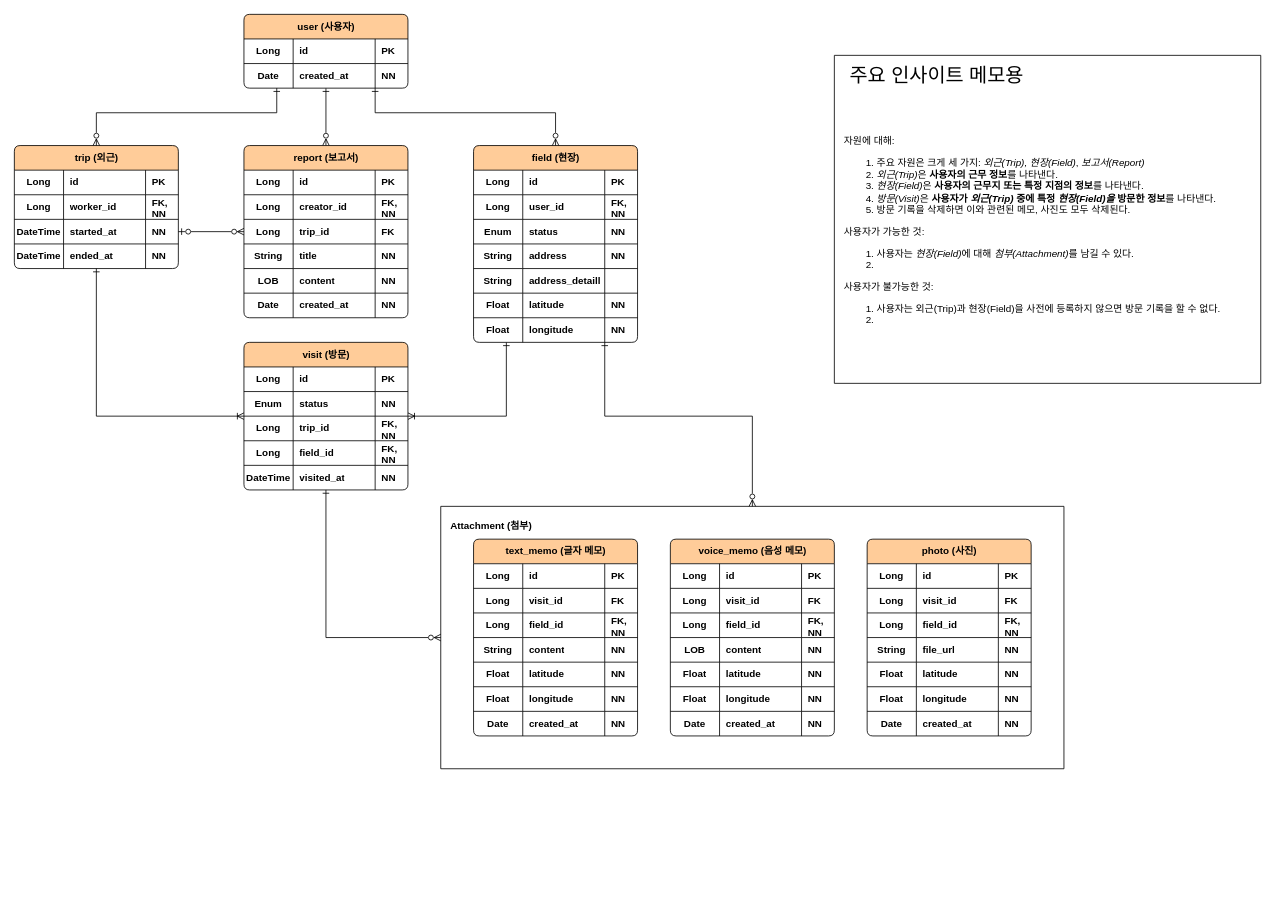
Above: page "ER" (1 of 3) of docs/mfjs.drawio.xml in my-friend-jiseong/mfz_frontend (draw.io), before the change. Source tidied: cells renumbered, new cells numbered last; positions are measured from the earlier drawing's top-left corner, leaving out a move shared by most shapes. Both pictures are drawn from the tidied source at 82%, with x=0, y=0 at pixel (14, 14).
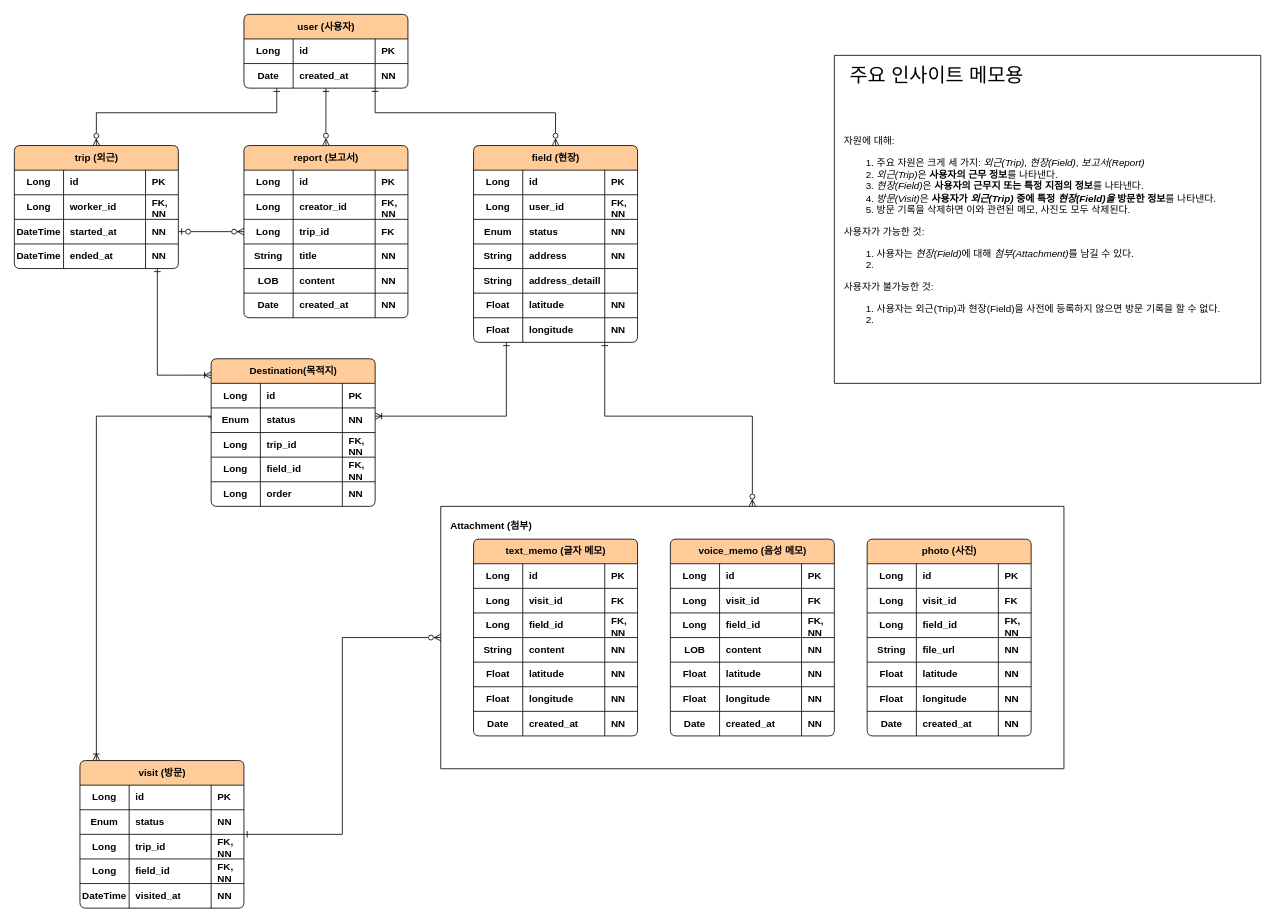
After the change.

Unchanged cells that the change refers to:
```xml
<mxCell id="37" value="trip (외근)" style="shape=table;startSize=30;childLayout=tableLayout;rowLines=1;fontStyle=1;align=center;html=1;rounded=1;strokeColor=default;strokeWidth=1;verticalAlign=middle;arcSize=14;absoluteArcSize=1;fontFamily=Helvetica;fontSize=12;fontColor=default;fillColor=light-dark(#ffcc99, #663300);horizontal=1;swimlaneFillColor=default;" parent="1" vertex="1">
  <mxGeometry y="160" width="200" height="150" as="geometry" />
</mxCell>
<mxCell id="50" style="shape=tableRow;horizontal=0;startSize=0;swimlaneHead=0;swimlaneBody=0;fillColor=none;points=[[0,0.5],[1,0.5]];portConstraint=eastwest;top=0;left=0;right=0;bottom=0;rounded=1;strokeColor=default;strokeWidth=1;align=center;verticalAlign=middle;arcSize=14;absoluteArcSize=1;fontFamily=Helvetica;fontSize=12;fontColor=default;fontStyle=1;" parent="37" vertex="1">
  <mxGeometry y="120" width="200" height="30" as="geometry" />
</mxCell>
<mxCell id="56" value="field (현장)" style="shape=table;startSize=30;childLayout=tableLayout;rowLines=1;fontStyle=1;align=center;html=1;rounded=1;strokeColor=default;strokeWidth=1;verticalAlign=middle;arcSize=14;absoluteArcSize=1;fontFamily=Helvetica;fontSize=12;fontColor=default;fillColor=light-dark(#ffcc99, #663300);horizontal=1;swimlaneFillColor=default;" parent="1" vertex="1">
  <mxGeometry x="560" y="160" width="200" height="240" as="geometry" />
</mxCell>
```

What changed in the source:
```diff
@@
-    <mxCell id="55" style="edgeStyle=orthogonalEdgeStyle;rounded=0;jettySize=auto;html=1;fontFamily=Helvetica;fontSize=12;fontColor=default;fontStyle=1;endArrow=ERoneToMany;endFill=0;startArrow=ERone;startFill=0;" parent="1" edge="1" source="56" target="86">
+    <mxCell id="55" style="edgeStyle=orthogonalEdgeStyle;rounded=0;jettySize=auto;html=1;fontFamily=Helvetica;fontSize=12;fontColor=default;fontStyle=1;endArrow=ERoneToMany;endFill=0;startArrow=ERone;startFill=0;" parent="1" edge="1" source="56" target="202">
       <mxGeometry relative="1" as="geometry">
         <Array as="points">
           <mxPoint x="600" y="490" />
         </Array>
       </mxGeometry>
     </mxCell>
@@
-    <mxCell id="85" style="edgeStyle=orthogonalEdgeStyle;rounded=0;jettySize=auto;html=1;fontFamily=Helvetica;fontSize=12;fontColor=default;fontStyle=1;endArrow=ERone;endFill=0;startArrow=ERoneToMany;startFill=0;" parent="1" edge="1" source="86" target="37">
+    <mxCell id="85" style="edgeStyle=orthogonalEdgeStyle;rounded=0;jettySize=auto;html=1;fontFamily=Helvetica;fontSize=12;fontColor=default;fontStyle=1;endArrow=ERone;endFill=0;startArrow=ERoneToMany;startFill=0;entryX=0;entryY=0.5;entryDx=0;entryDy=0;" parent="1" edge="1" source="86" target="207">
       <mxGeometry relative="1" as="geometry">
         <Array as="points">
           <mxPoint x="100" y="490" />
+          <mxPoint x="240" y="490" />
         </Array>
       </mxGeometry>
     </mxCell>
     <mxCell id="86" value="visit (방문)" style="shape=table;startSize=30;childLayout=tableLayout;rowLines=1;fontStyle=1;align=center;html=1;rounded=1;strokeColor=default;strokeWidth=1;verticalAlign=middle;arcSize=14;absoluteArcSize=1;fontFamily=Helvetica;fontSize=12;fontColor=default;fillColor=light-dark(#ffcc99, #663300);horizontal=1;swimlaneFillColor=default;" parent="1" vertex="1">
-      <mxGeometry x="280" y="400" width="200" height="180" as="geometry" />
+      <mxGeometry x="80" y="910" width="200" height="180" as="geometry" />
     </mxCell>
@@
+    <mxCell id="202" value="Destination(목적지)" style="shape=table;startSize=30;childLayout=tableLayout;rowLines=1;fontStyle=1;align=center;html=1;rounded=1;strokeColor=default;strokeWidth=1;verticalAlign=middle;arcSize=14;absoluteArcSize=1;fontFamily=Helvetica;fontSize=12;fontColor=default;fillColor=light-dark(#ffcc99, #663300);horizontal=1;swimlaneFillColor=default;" parent="1" vertex="1">
+      <mxGeometry x="240" y="420" width="200" height="180" as="geometry" />
+    </mxCell>
+    <mxCell id="203" style="shape=tableRow;horizontal=0;startSize=0;swimlaneHead=0;swimlaneBody=0;fillColor=none;top=0;left=0;right=0;bottom=0;rounded=1;strokeColor=default;strokeWidth=1;align=center;verticalAlign=middle;arcSize=14;absoluteArcSize=1;fontFamily=Helvetica;fontSize=12;fontColor=default;fontStyle=1;" parent="202" vertex="1">
+      <mxGeometry y="30" width="200" height="30" as="geometry" />
+    </mxCell>
+    <mxCell id="204" value="Long" style="shape=partialRectangle;fillColor=none;top=0;left=0;bottom=0;right=0;overflow=hidden;whiteSpace=wrap;html=1;rounded=1;strokeColor=default;strokeWidth=1;align=center;verticalAlign=middle;arcSize=14;absoluteArcSize=1;fontFamily=Helvetica;fontSize=12;fontColor=default;fontStyle=1;" parent="203" vertex="1">
+      <mxGeometry width="60" height="30" as="geometry" />
+    </mxCell>
+    <mxCell id="205" value="id" style="shape=partialRectangle;fillColor=none;top=0;left=0;bottom=0;right=0;align=left;spacingLeft=6;overflow=hidden;whiteSpace=wrap;html=1;rounded=1;strokeColor=default;strokeWidth=1;verticalAlign=middle;arcSize=14;absoluteArcSize=1;fontFamily=Helvetica;fontSize=12;fontColor=default;fontStyle=1;" parent="203" vertex="1">
+      <mxGeometry x="60" width="100" height="30" as="geometry" />
+    </mxCell>
+    <mxCell id="206" value="PK" style="shape=partialRectangle;fillColor=none;top=0;left=0;bottom=0;right=0;align=left;spacingLeft=6;overflow=hidden;whiteSpace=wrap;html=1;rounded=1;strokeColor=default;strokeWidth=1;verticalAlign=middle;arcSize=14;absoluteArcSize=1;fontFamily=Helvetica;fontSize=12;fontColor=default;fontStyle=1;" parent="203" vertex="1">
+      <mxGeometry x="160" width="40" height="30" as="geometry" />
+    </mxCell>
+    <mxCell id="207" style="shape=tableRow;horizontal=0;startSize=0;swimlaneHead=0;swimlaneBody=0;fillColor=none;points=[[0,0.5],[1,0.5]];portConstraint=eastwest;top=0;left=0;right=0;bottom=0;rounded=1;strokeColor=default;strokeWidth=1;align=center;verticalAlign=middle;arcSize=14;absoluteArcSize=1;fontFamily=Helvetica;fontSize=12;fontColor=default;fontStyle=1;" parent="202" vertex="1">
+      <mxGeometry y="60" width="200" height="30" as="geometry" />
+    </mxCell>
+    <mxCell id="208" value="Enum" style="shape=partialRectangle;fillColor=none;top=0;left=0;bottom=0;right=0;overflow=hidden;whiteSpace=wrap;html=1;rounded=1;strokeColor=default;strokeWidth=1;align=center;verticalAlign=middle;arcSize=14;absoluteArcSize=1;fontFamily=Helvetica;fontSize=12;fontColor=default;fontStyle=1;" parent="207" vertex="1">
+      <mxGeometry width="60" height="30" as="geometry" />
+    </mxCell>
+    <mxCell id="209" value="status" style="shape=partialRectangle;fillColor=none;top=0;left=0;bottom=0;right=0;align=left;spacingLeft=6;overflow=hidden;whiteSpace=wrap;html=1;rounded=1;strokeColor=default;strokeWidth=1;verticalAlign=middle;arcSize=14;absoluteArcSize=1;fontFamily=Helvetica;fontSize=12;fontColor=default;fontStyle=1;" parent="207" vertex="1">
+      <mxGeometry x="60" width="100" height="30" as="geometry" />
+    </mxCell>
+    <mxCell id="210" value="NN" style="shape=partialRectangle;fillColor=none;top=0;left=0;bottom=0;right=0;align=left;spacingLeft=6;overflow=hidden;whiteSpace=wrap;html=1;rounded=1;strokeColor=default;strokeWidth=1;verticalAlign=middle;arcSize=14;absoluteArcSize=1;fontFamily=Helvetica;fontSize=12;fontColor=default;fontStyle=1;" parent="207" vertex="1">
+      <mxGeometry x="160" width="40" height="30" as="geometry" />
+    </mxCell>
+    <mxCell id="211" style="shape=tableRow;horizontal=0;startSize=0;swimlaneHead=0;swimlaneBody=0;fillColor=none;top=0;left=0;right=0;bottom=0;rounded=1;strokeColor=default;strokeWidth=1;align=center;verticalAlign=middle;arcSize=14;absoluteArcSize=1;fontFamily=Helvetica;fontSize=12;fontColor=default;fontStyle=1;" parent="202" vertex="1">
+      <mxGeometry y="90" width="200" height="30" as="geometry" />
+    </mxCell>
+    <mxCell id="212" value="Long" style="shape=partialRectangle;fillColor=none;top=0;left=0;bottom=0;right=0;overflow=hidden;whiteSpace=wrap;html=1;rounded=1;strokeColor=default;strokeWidth=1;align=center;verticalAlign=middle;arcSize=14;absoluteArcSize=1;fontFamily=Helvetica;fontSize=12;fontColor=default;fontStyle=1;" parent="211" vertex="1">
+      <mxGeometry width="60" height="30" as="geometry" />
+    </mxCell>
+    <mxCell id="213" value="trip_id" style="shape=partialRectangle;fillColor=none;top=0;left=0;bottom=0;right=0;align=left;spacingLeft=6;overflow=hidden;whiteSpace=wrap;html=1;rounded=1;strokeColor=default;strokeWidth=1;verticalAlign=middle;arcSize=14;absoluteArcSize=1;fontFamily=Helvetica;fontSize=12;fontColor=default;fontStyle=1;" parent="211" vertex="1">
+      <mxGeometry x="60" width="100" height="30" as="geometry" />
+    </mxCell>
+    <mxCell id="214" value="FK, NN" style="shape=partialRectangle;fillColor=none;top=0;left=0;bottom=0;right=0;align=left;spacingLeft=6;overflow=hidden;whiteSpace=wrap;html=1;rounded=1;strokeColor=default;strokeWidth=1;verticalAlign=middle;arcSize=14;absoluteArcSize=1;fontFamily=Helvetica;fontSize=12;fontColor=default;fontStyle=1;" parent="211" vertex="1">
+      <mxGeometry x="160" width="40" height="30" as="geometry" />
+    </mxCell>
+    <mxCell id="215" style="shape=tableRow;horizontal=0;startSize=0;swimlaneHead=0;swimlaneBody=0;fillColor=none;top=0;left=0;right=0;bottom=0;rounded=1;strokeColor=default;strokeWidth=1;align=center;verticalAlign=middle;arcSize=14;absoluteArcSize=1;fontFamily=Helvetica;fontSize=12;fontColor=default;fontStyle=1;" parent="202" vertex="1">
+      <mxGeometry y="120" width="200" height="30" as="geometry" />
+    </mxCell>
+    <mxCell id="216" value="Long" style="shape=partialRectangle;fillColor=none;top=0;left=0;bottom=0;right=0;overflow=hidden;whiteSpace=wrap;html=1;rounded=1;strokeColor=default;strokeWidth=1;align=center;verticalAlign=middle;arcSize=14;absoluteArcSize=1;fontFamily=Helvetica;fontSize=12;fontColor=default;fontStyle=1;" parent="215" vertex="1">
+      <mxGeometry width="60" height="30" as="geometry" />
+    </mxCell>
+    <mxCell id="217" value="field_id" style="shape=partialRectangle;fillColor=none;top=0;left=0;bottom=0;right=0;align=left;spacingLeft=6;overflow=hidden;whiteSpace=wrap;html=1;rounded=1;strokeColor=default;strokeWidth=1;verticalAlign=middle;arcSize=14;absoluteArcSize=1;fontFamily=Helvetica;fontSize=12;fontColor=default;fontStyle=1;" parent="215" vertex="1">
+      <mxGeometry x="60" width="100" height="30" as="geometry" />
+    </mxCell>
+    <mxCell id="218" value="FK, NN" style="shape=partialRectangle;fillColor=none;top=0;left=0;bottom=0;right=0;align=left;spacingLeft=6;overflow=hidden;whiteSpace=wrap;html=1;rounded=1;strokeColor=default;strokeWidth=1;verticalAlign=middle;arcSize=14;absoluteArcSize=1;fontFamily=Helvetica;fontSize=12;fontColor=default;fontStyle=1;" parent="215" vertex="1">
+      <mxGeometry x="160" width="40" height="30" as="geometry" />
+    </mxCell>
+    <mxCell id="219" style="shape=tableRow;horizontal=0;startSize=0;swimlaneHead=0;swimlaneBody=0;fillColor=none;top=0;left=0;right=0;bottom=0;rounded=1;strokeColor=default;strokeWidth=1;align=center;verticalAlign=middle;arcSize=14;absoluteArcSize=1;fontFamily=Helvetica;fontSize=12;fontColor=default;fontStyle=1;" parent="202" vertex="1">
+      <mxGeometry y="150" width="200" height="30" as="geometry" />
+    </mxCell>
+    <mxCell id="220" value="Long" style="shape=partialRectangle;fillColor=none;top=0;left=0;bottom=0;right=0;overflow=hidden;whiteSpace=wrap;html=1;rounded=1;strokeColor=default;strokeWidth=1;align=center;verticalAlign=middle;arcSize=14;absoluteArcSize=1;fontFamily=Helvetica;fontSize=12;fontColor=default;fontStyle=1;" parent="219" vertex="1">
+      <mxGeometry width="60" height="30" as="geometry" />
+    </mxCell>
+    <mxCell id="221" value="order" style="shape=partialRectangle;fillColor=none;top=0;left=0;bottom=0;right=0;align=left;spacingLeft=6;overflow=hidden;whiteSpace=wrap;html=1;rounded=1;strokeColor=default;strokeWidth=1;verticalAlign=middle;arcSize=14;absoluteArcSize=1;fontFamily=Helvetica;fontSize=12;fontColor=default;fontStyle=1;" parent="219" vertex="1">
+      <mxGeometry x="60" width="100" height="30" as="geometry" />
+    </mxCell>
+    <mxCell id="222" value="NN" style="shape=partialRectangle;fillColor=none;top=0;left=0;bottom=0;right=0;align=left;spacingLeft=6;overflow=hidden;whiteSpace=wrap;html=1;rounded=1;strokeColor=default;strokeWidth=1;verticalAlign=middle;arcSize=14;absoluteArcSize=1;fontFamily=Helvetica;fontSize=12;fontColor=default;fontStyle=1;" parent="219" vertex="1">
+      <mxGeometry x="160" width="40" height="30" as="geometry" />
+    </mxCell>
+    <mxCell id="223" style="edgeStyle=orthogonalEdgeStyle;rounded=0;jettySize=auto;html=1;fontFamily=Helvetica;fontSize=12;fontColor=default;fontStyle=1;endArrow=ERone;endFill=0;startArrow=ERoneToMany;startFill=0;entryX=0.872;entryY=0.992;entryDx=0;entryDy=0;entryPerimeter=0;exitX=0;exitY=0.111;exitDx=0;exitDy=0;exitPerimeter=0;" parent="1" edge="1" source="202" target="50">
+      <mxGeometry relative="1" as="geometry">
+        <Array as="points">
+          <mxPoint x="174" y="440" />
+        </Array>
+      </mxGeometry>
+    </mxCell>
```
